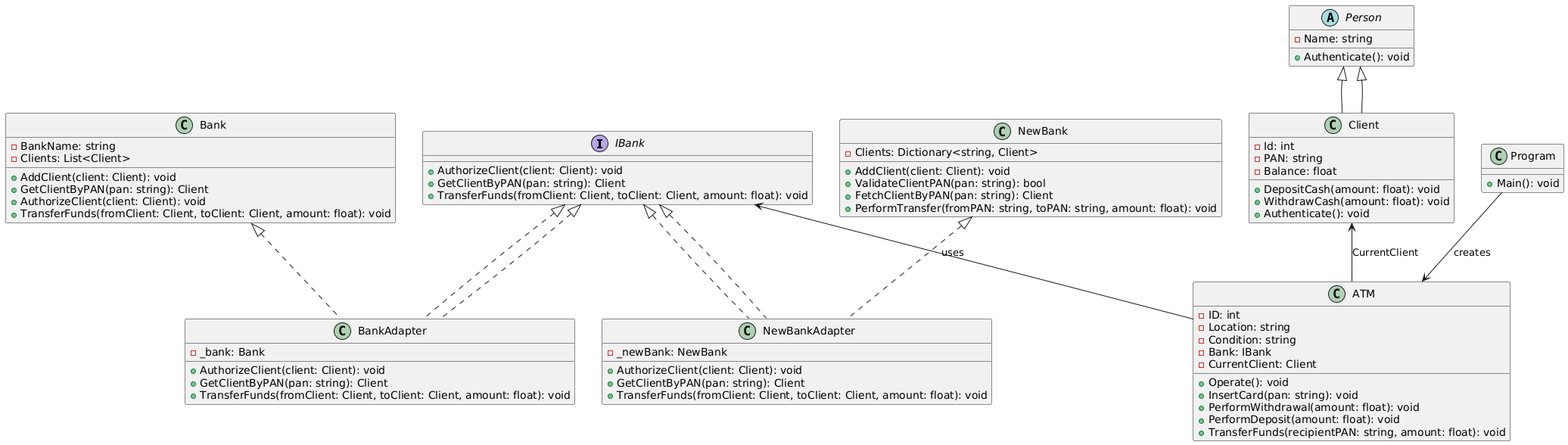
This is Диаграмма классов.png from penamarth/bsbo-03-22_team5_var1, a PlantUML export, as it was before one commit.
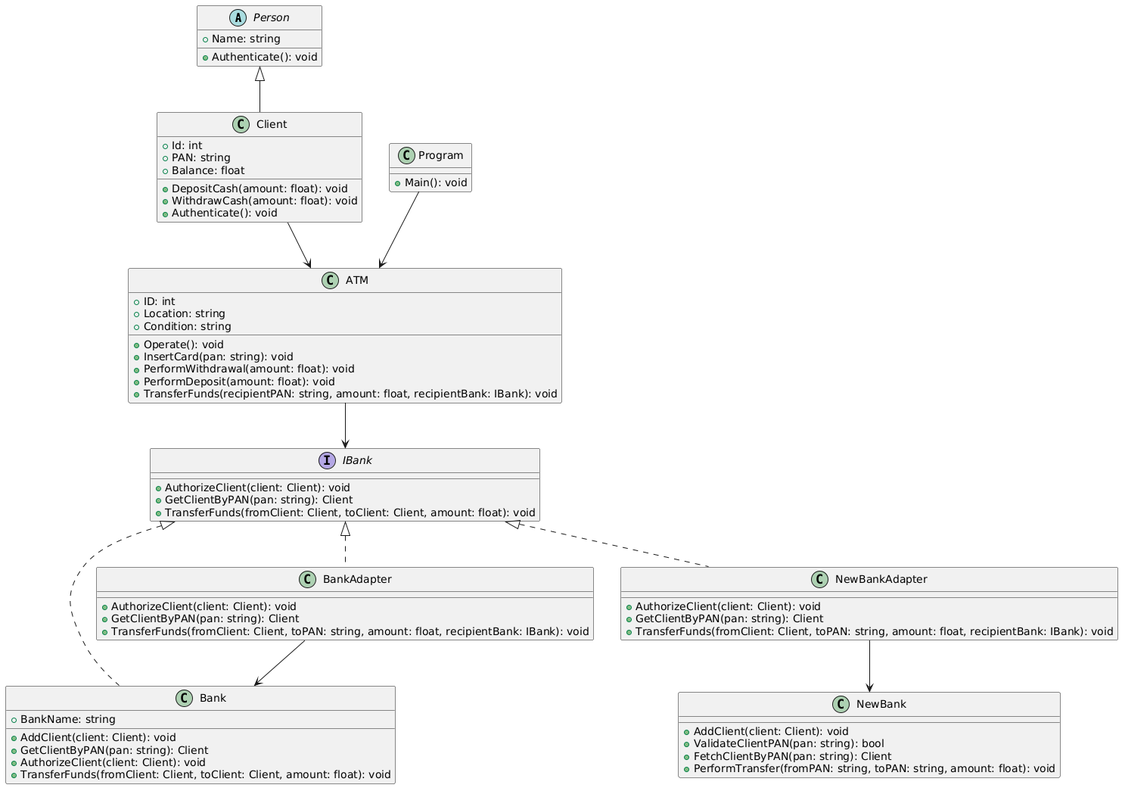
Above is the later version.

The edit, as a diff of the source:
```diff
@@ -1,66 +1,60 @@
 @startuml
+abstract class Person {
+    + Name: string
+    + Authenticate(): void
+}
+
+class Client {
+    + Id: int
+    + PAN: string
+    + Balance: float
+    + DepositCash(amount: float): void
+    + WithdrawCash(amount: float): void
+    + Authenticate(): void
+}
+
 interface IBank {
     + AuthorizeClient(client: Client): void
     + GetClientByPAN(pan: string): Client
     + TransferFunds(fromClient: Client, toClient: Client, amount: float): void
 }
 
-abstract class Person {
-    - Name: string
-    + Authenticate(): void
-}
-
-class Client extends Person {
-    - Id: int
-    - PAN: string
-    - Balance: float
-    + DepositCash(amount: float): void
-    + WithdrawCash(amount: float): void
-    + Authenticate(): void
-}
-
 class Bank {
-    - BankName: string
-    - Clients: List<Client>
+    + BankName: string
     + AddClient(client: Client): void
     + GetClientByPAN(pan: string): Client
     + AuthorizeClient(client: Client): void
     + TransferFunds(fromClient: Client, toClient: Client, amount: float): void
 }
 
-class BankAdapter implements IBank {
-    - _bank: Bank
+class BankAdapter {
     + AuthorizeClient(client: Client): void
     + GetClientByPAN(pan: string): Client
-    + TransferFunds(fromClient: Client, toClient: Client, amount: float): void
+    + TransferFunds(fromClient: Client, toPAN: string, amount: float, recipientBank: IBank): void
 }
 
 class NewBank {
-    - Clients: Dictionary<string, Client>
     + AddClient(client: Client): void
     + ValidateClientPAN(pan: string): bool
     + FetchClientByPAN(pan: string): Client
     + PerformTransfer(fromPAN: string, toPAN: string, amount: float): void
 }
 
-class NewBankAdapter implements IBank {
-    - _newBank: NewBank
+class NewBankAdapter {
     + AuthorizeClient(client: Client): void
     + GetClientByPAN(pan: string): Client
-    + TransferFunds(fromClient: Client, toClient: Client, amount: float): void
+    + TransferFunds(fromClient: Client, toPAN: string, amount: float, recipientBank: IBank): void
 }
 
 class ATM {
-    - ID: int
-    - Location: string
-    - Condition: string
-    - Bank: IBank
-    - CurrentClient: Client
+    + ID: int
+    + Location: string
+    + Condition: string
     + Operate(): void
     + InsertCard(pan: string): void
     + PerformWithdrawal(amount: float): void
     + PerformDeposit(amount: float): void
-    + TransferFunds(recipientPAN: string, amount: float): void
+    + TransferFunds(recipientPAN: string, amount: float, recipientBank: IBank): void
 }
 
 class Program {
@@ -68,11 +62,12 @@
 }
 
 Person <|-- Client
+IBank <|.. Bank
 IBank <|.. BankAdapter
 IBank <|.. NewBankAdapter
-Bank <|.. BankAdapter
-NewBank <|.. NewBankAdapter
-IBank <-- ATM : uses
-Client <-- ATM : CurrentClient
-Program --> ATM : creates
+ATM --> IBank
+Client --> ATM
+BankAdapter --> Bank
+NewBankAdapter --> NewBank
+Program --> ATM
 @enduml
```
